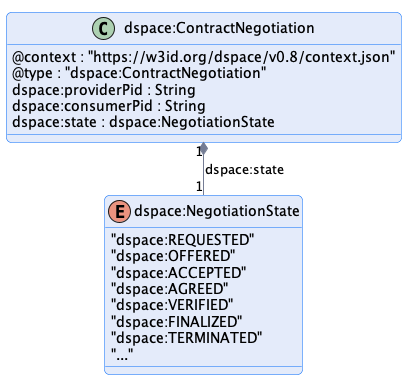
The PlantUML diagram negotiation/message/diagram/contract-negotiation.png in International-Data-Spaces-Association/ids-specification, before a commit. Source of this version:
```plantuml
@startuml "contract-negotiation"
!pragma layout smetana

!include ../../../common/style/diagram.styles.puml

hide empty description


class "dspace:ContractNegotiation" {
    @context : "https://w3id.org/dspace/v0.8/context.json"
    @type : "dspace:ContractNegotiation"
    dspace:providerPid : String
    dspace:consumerPid : String
    dspace:state : dspace:NegotiationState
}

enum dspace:NegotiationState {
    "dspace:REQUESTED"
    "dspace:OFFERED"
    "dspace:ACCEPTED"
    "dspace:AGREED"
    "dspace:VERIFIED"
    "dspace:FINALIZED"
    "dspace:TERMINATED"
    "..."
}

"dspace:ContractNegotiation" "1" *-- "1" "dspace:NegotiationState" : "dspace:state"

@enduml
```
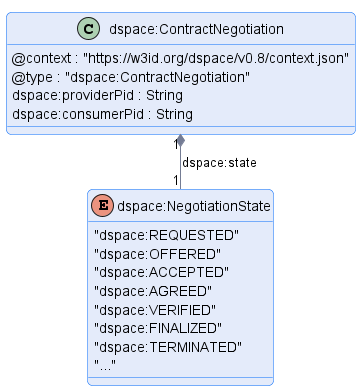
After the commit.

Change to the diagram source:
```diff
@@ -11,7 +11,6 @@
     @type : "dspace:ContractNegotiation"
     dspace:providerPid : String
     dspace:consumerPid : String
-    dspace:state : dspace:NegotiationState
 }
 
 enum dspace:NegotiationState {
```
